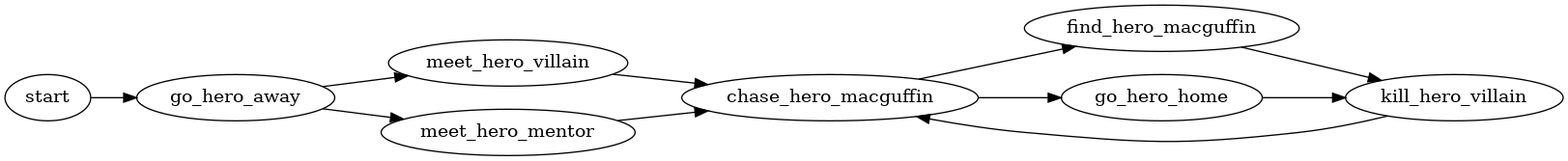
Earlier version of the Graphviz export subtrope3.png (cblop/thesis2). Its source is kept beside it as subtrope3.dot.
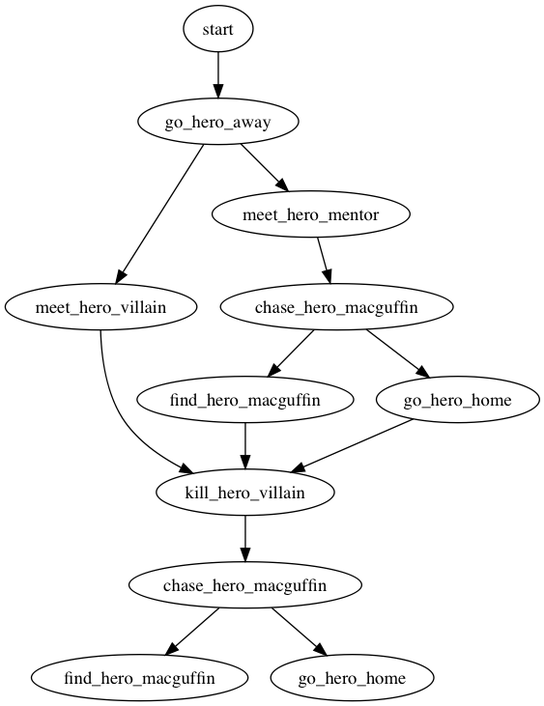
After the change.

The edit, as a diff of the source:
```diff
@@ -1,11 +1,17 @@
 digraph G {
-  rankdir=LR;
+  rankdir=TB;
+  a [label="chase_hero_macguffin"];
+  b [label="chase_hero_macguffin"];
+  c [label="find_hero_macguffin"];
+  e [label="go_hero_home"];
   start -> go_hero_away;
   go_hero_away -> meet_hero_villain
   go_hero_away -> meet_hero_mentor;
-  meet_hero_mentor -> chase_hero_macguffin;
-  chase_hero_macguffin -> find_hero_macguffin -> kill_hero_villain;
-  chase_hero_macguffin -> go_hero_home -> kill_hero_villain;
-  kill_hero_villain -> chase_hero_macguffin;
-  meet_hero_villain -> chase_hero_macguffin;
+  meet_hero_mentor -> a;
+  a -> find_hero_macguffin -> kill_hero_villain;
+  a -> go_hero_home -> kill_hero_villain;
+  meet_hero_villain -> kill_hero_villain;
+  kill_hero_villain -> b;
+  b -> c;
+  b -> e;
 }
```
